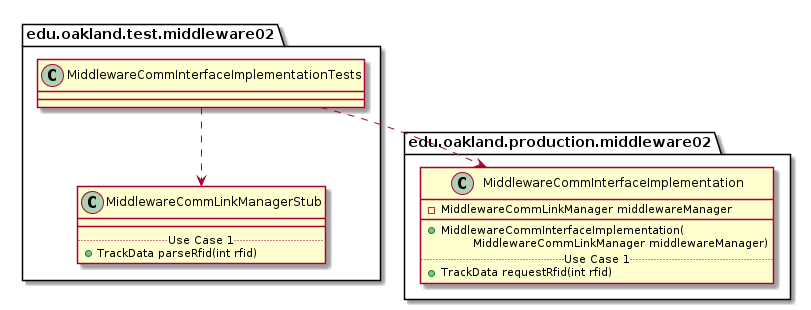
Before: docs/uml-class-diagrams/middleware02/test/MiddlewareCommInterfaceImplementationTests/MiddlewareCommInterfaceImplementationTests_DirectDependencies.png, a diagram exported from PlantUML (elilley15/csi-3370-software-project).
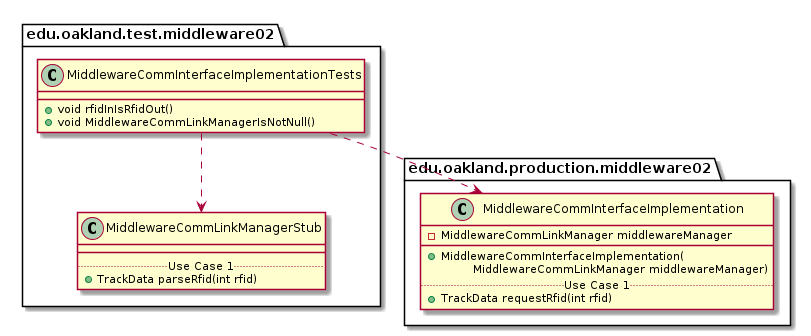
The same diagram one commit later.

Diff of the diagram source:
```diff
@@ -3,7 +3,8 @@
 
 package edu.oakland.test.middleware02 {
     class MiddlewareCommInterfaceImplementationTests {
-
+        + void rfidInIsRfidOut()
+        + void MiddlewareCommLinkManagerIsNotNull()
     }
 }
 
```
